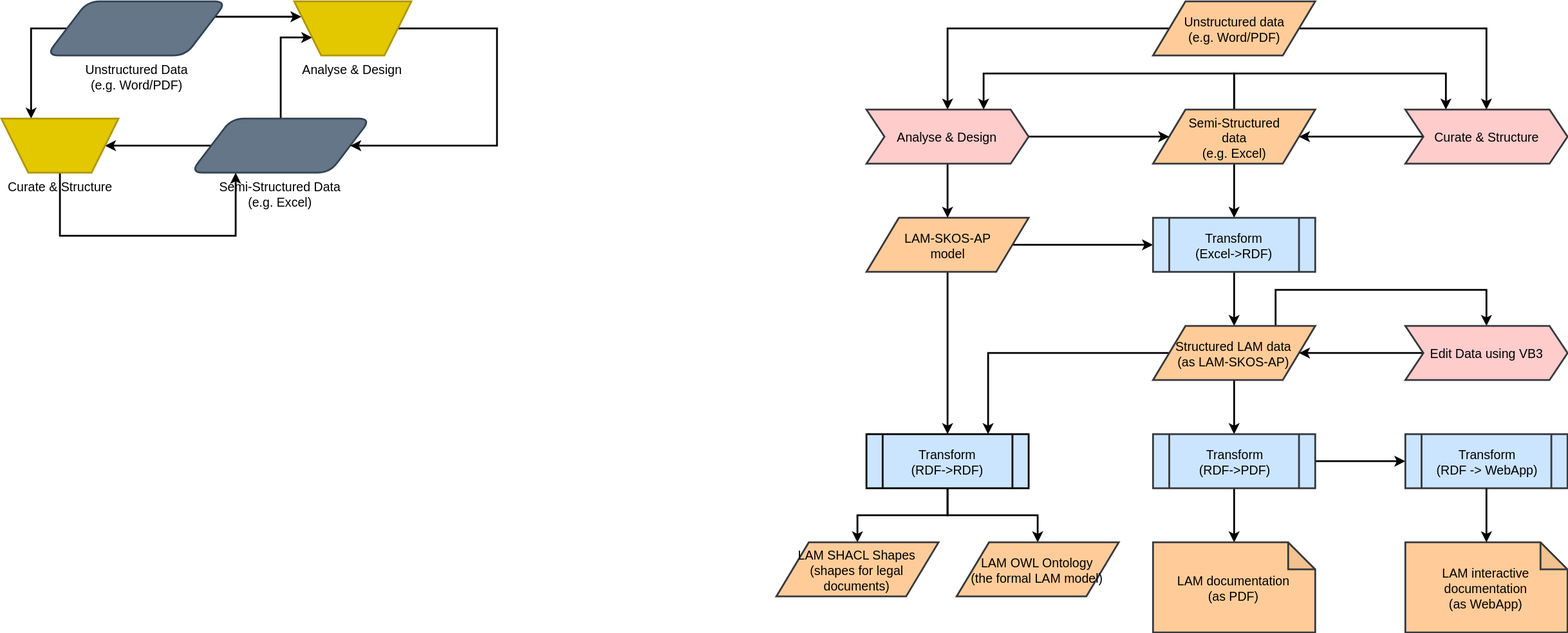
meaningfy-ws/lam4vb3 keeps this draw.io diagram as docs/lam vision.svg. Above is the earlier version. Source tidied: cells renumbered, new cells last; positions are measured from the earlier drawing's top-left corner, leaving out a move shared by most shapes.
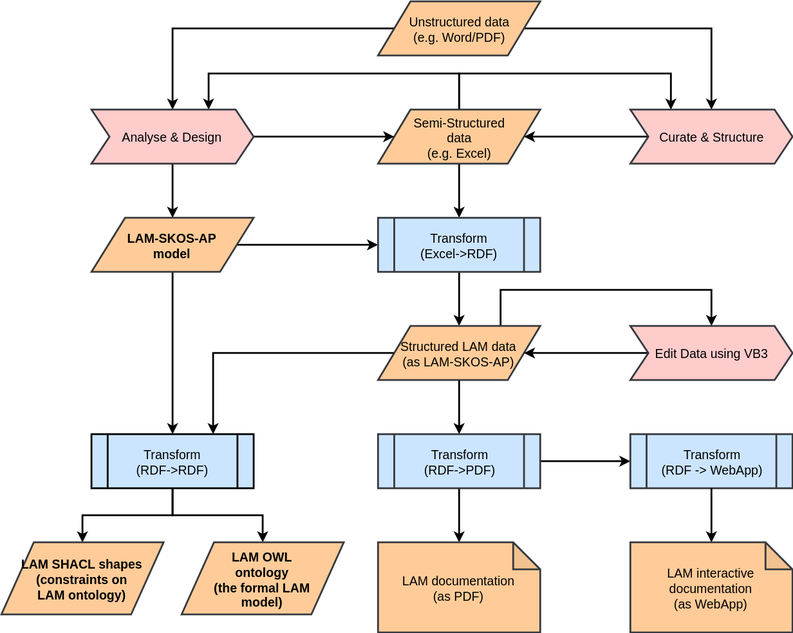
After the commit.

What changed in the source:
```diff
@@ -42,7 +42,7 @@
     <mxCell id="11" style="edgeStyle=orthogonalEdgeStyle;rounded=0;jettySize=auto;html=1;strokeWidth=2;fontColor=#FFFFFF;" parent="1" edge="1" source="12" target="29">
       <mxGeometry relative="1" as="geometry" />
     </mxCell>
-    <mxCell id="12" value="&lt;span style=&quot;font-weight: normal&quot;&gt;LAM-SKOS-AP &lt;br&gt;model&lt;/span&gt;&lt;br&gt;" style="shape=parallelogram;perimeter=parallelogramPerimeter;whiteSpace=wrap;html=1;shadow=0;fontFamily=Helvetica;fontSize=14;align=center;strokeColor=#36393d;strokeWidth=2;fillColor=#ffcc99;" parent="1" vertex="1">
+    <mxCell id="12" value="&lt;span style=&quot;&quot;&gt;LAM-SKOS-AP &lt;br&gt;model&lt;/span&gt;&lt;br&gt;" style="shape=parallelogram;perimeter=parallelogramPerimeter;whiteSpace=wrap;html=1;shadow=0;fontFamily=Helvetica;fontSize=14;align=center;strokeColor=#36393d;strokeWidth=2;fillColor=#ffcc99;fontStyle=1;size=0.2074074074074074;" parent="1" vertex="1">
       <mxGeometry x="960" y="240" width="180" height="60" as="geometry" />
     </mxCell>
     <mxCell id="13" style="edgeStyle=orthogonalEdgeStyle;rounded=0;jettySize=auto;html=1;strokeWidth=2;exitX=1;exitY=0.5;exitDx=0;exitDy=0;fontColor=#FFFFFF;" parent="1" edge="1" source="46" target="5">
@@ -101,11 +101,11 @@
     <mxCell id="29" value="Transform&lt;br&gt;(RDF-&amp;gt;RDF)&lt;br&gt;" style="shape=process;whiteSpace=wrap;html=1;backgroundOutline=1;shadow=0;fontFamily=Helvetica;fontSize=14;align=center;strokeColor=#000000;strokeWidth=2;fillColor=#cce5ff;" parent="1" vertex="1">
       <mxGeometry x="960" y="480" width="180" height="60" as="geometry" />
     </mxCell>
-    <mxCell id="30" value="&lt;span style=&quot;font-weight: normal&quot;&gt;LAM SHACL Shapes&lt;br&gt;(shapes for legal documents)&lt;/span&gt;&lt;br&gt;" style="shape=parallelogram;perimeter=parallelogramPerimeter;whiteSpace=wrap;html=1;shadow=0;fontFamily=Helvetica;fontSize=14;align=center;strokeWidth=2;fillColor=#ffcc99;strokeColor=#36393d;" parent="1" vertex="1">
-      <mxGeometry x="860" y="600" width="180" height="60" as="geometry" />
+    <mxCell id="30" value="&lt;span style=&quot;&quot;&gt;LAM SHACL shapes&lt;br&gt;(constraints on &lt;br&gt;LAM ontology)&lt;/span&gt;&lt;br&gt;" style="shape=parallelogram;perimeter=parallelogramPerimeter;whiteSpace=wrap;html=1;shadow=0;fontFamily=Helvetica;fontSize=14;align=center;strokeWidth=2;fillColor=#ffcc99;strokeColor=#36393d;fontStyle=1;" parent="1" vertex="1">
+      <mxGeometry x="860" y="600" width="180" height="80" as="geometry" />
     </mxCell>
-    <mxCell id="31" value="&lt;span style=&quot;font-weight: normal&quot;&gt;LAM OWL Ontology&lt;br&gt;(the formal LAM model)&lt;/span&gt;&lt;br&gt;" style="shape=parallelogram;perimeter=parallelogramPerimeter;whiteSpace=wrap;html=1;shadow=0;fontFamily=Helvetica;fontSize=14;align=center;strokeWidth=2;fillColor=#ffcc99;strokeColor=#36393d;" parent="1" vertex="1">
-      <mxGeometry x="1060" y="600" width="180" height="60" as="geometry" />
+    <mxCell id="31" value="&lt;span&gt;LAM OWL &lt;br&gt;ontology&lt;br&gt;(the formal LAM &lt;br&gt;model)&lt;/span&gt;&lt;br&gt;" style="shape=parallelogram;perimeter=parallelogramPerimeter;whiteSpace=wrap;html=1;shadow=0;fontFamily=Helvetica;fontSize=14;align=center;strokeWidth=2;fillColor=#ffcc99;strokeColor=#36393d;fontStyle=1;" parent="1" vertex="1">
+      <mxGeometry x="1060" y="600" width="180" height="80" as="geometry" />
     </mxCell>
     <mxCell id="32" value="&lt;font style=&quot;font-size: 14px&quot;&gt;&lt;span&gt;LAM interactive documentation&lt;/span&gt;&lt;br&gt;&lt;span&gt;(as WebApp)&lt;/span&gt;&lt;/font&gt;" style="shape=note;whiteSpace=wrap;html=1;backgroundOutline=1;darkOpacity=0.05;fontFamily=Helvetica;fontSize=12;align=center;strokeColor=#36393d;strokeWidth=2;fillColor=#ffcc99;" parent="1" vertex="1">
       <mxGeometry x="1558" y="600" width="180" height="100" as="geometry" />
@@ -119,53 +119,7 @@
     <mxCell id="35" value="&lt;span&gt;&lt;font&gt;Curate &amp;amp; Structure&lt;/font&gt;&lt;/span&gt;" style="shape=step;perimeter=stepPerimeter;whiteSpace=wrap;html=1;fixedSize=1;fontFamily=Helvetica;fontSize=14;align=center;strokeColor=#36393d;strokeWidth=2;fillColor=#ffcccc;" parent="1" vertex="1">
       <mxGeometry x="1558" y="120" width="180" height="60" as="geometry" />
     </mxCell>
-    <mxCell id="36" style="edgeStyle=elbowEdgeStyle;rounded=0;jettySize=auto;html=1;exitX=1;exitY=0.25;exitDx=0;exitDy=0;entryX=0;entryY=0.25;entryDx=0;entryDy=0;strokeWidth=2;fontSize=14;fontColor=#000000;" parent="1" edge="1" source="38" target="43">
-      <mxGeometry relative="1" as="geometry" />
-    </mxCell>
-    <mxCell id="37" style="edgeStyle=elbowEdgeStyle;rounded=0;jettySize=auto;elbow=vertical;html=1;entryX=0.25;entryY=0;entryDx=0;entryDy=0;strokeWidth=2;fontSize=14;fontColor=#000000;exitX=0;exitY=0.5;exitDx=0;exitDy=0;" parent="1" edge="1" source="38" target="45">
-      <mxGeometry relative="1" as="geometry">
-        <Array as="points">
-          <mxPoint x="50" y="30" />
-        </Array>
-      </mxGeometry>
-    </mxCell>
-    <mxCell id="38" value="&lt;span&gt;Unstructured&amp;nbsp;&lt;/span&gt;&lt;span&gt;Data&lt;/span&gt;&lt;br&gt;&lt;span&gt;(e.g. Word/PDF)&lt;/span&gt;" style="verticalLabelPosition=bottom;verticalAlign=top;html=1;strokeWidth=2;shape=parallelogram;perimeter=parallelogramPerimeter;whiteSpace=wrap;rounded=1;arcSize=27;size=0.22857142857142856;fillColor=#647687;fontSize=14;fontColor=#000000;strokeColor=#314354;" parent="1" vertex="1">
-      <mxGeometry x="50" width="200" height="60" as="geometry" />
-    </mxCell>
-    <mxCell id="39" style="edgeStyle=elbowEdgeStyle;rounded=0;jettySize=auto;html=1;exitX=0.5;exitY=0;exitDx=0;exitDy=0;entryX=0;entryY=0.75;entryDx=0;entryDy=0;strokeWidth=2;fontSize=14;fontColor=#000000;elbow=vertical;" parent="1" edge="1" source="41" target="43">
-      <mxGeometry relative="1" as="geometry">
-        <Array as="points">
-          <mxPoint x="330" y="40" />
-        </Array>
-      </mxGeometry>
-    </mxCell>
-    <mxCell id="40" style="edgeStyle=elbowEdgeStyle;rounded=0;jettySize=auto;elbow=vertical;html=1;entryX=1;entryY=0.5;entryDx=0;entryDy=0;strokeWidth=2;fontSize=14;fontColor=#000000;" parent="1" edge="1" source="41" target="45">
-      <mxGeometry relative="1" as="geometry" />
-    </mxCell>
-    <mxCell id="41" value="&lt;span&gt;Semi-Structured&amp;nbsp;&lt;/span&gt;&lt;span&gt;Data&lt;/span&gt;&lt;br&gt;&lt;span&gt;(e.g. Excel)&lt;/span&gt;&lt;br&gt;" style="verticalLabelPosition=bottom;verticalAlign=top;html=1;strokeWidth=2;shape=parallelogram;perimeter=parallelogramPerimeter;whiteSpace=wrap;rounded=1;arcSize=27;size=0.22857142857142856;fillColor=#647687;fontSize=14;fontColor=#000000;strokeColor=#314354;" parent="1" vertex="1">
-      <mxGeometry x="210" y="130" width="200" height="60" as="geometry" />
-    </mxCell>
-    <mxCell id="42" style="edgeStyle=elbowEdgeStyle;rounded=0;jettySize=auto;html=1;strokeWidth=2;fontSize=14;fontColor=#000000;exitX=1;exitY=0.5;exitDx=0;exitDy=0;" parent="1" edge="1" source="43" target="41">
-      <mxGeometry relative="1" as="geometry">
-        <Array as="points">
-          <mxPoint x="550" y="110" />
-        </Array>
-      </mxGeometry>
-    </mxCell>
-    <mxCell id="43" value="Analyse &amp;amp; Design&lt;br&gt;" style="verticalLabelPosition=bottom;verticalAlign=top;html=1;strokeWidth=2;shape=trapezoid;perimeter=trapezoidPerimeter;whiteSpace=wrap;size=0.23;arcSize=10;flipV=1;fillColor=#e3c800;fontSize=14;fontColor=#000000;strokeColor=#B09500;fontStyle=0;" parent="1" vertex="1">
-      <mxGeometry x="325" width="130" height="60" as="geometry" />
-    </mxCell>
-    <mxCell id="44" style="edgeStyle=elbowEdgeStyle;rounded=0;jettySize=auto;html=1;strokeWidth=2;fontSize=14;fontColor=#000000;elbow=vertical;entryX=0.25;entryY=1;entryDx=0;entryDy=0;exitX=0.5;exitY=1;exitDx=0;exitDy=0;" parent="1" edge="1" source="45" target="41">
-      <mxGeometry relative="1" as="geometry">
-        <Array as="points">
-          <mxPoint x="170" y="260" />
-        </Array>
-      </mxGeometry>
-    </mxCell>
-    <mxCell id="45" value="&lt;span&gt;&lt;font color=&quot;#000000&quot;&gt;Curate &amp;amp; Structure&lt;/font&gt;&lt;/span&gt;" style="verticalLabelPosition=bottom;verticalAlign=top;html=1;strokeWidth=2;shape=trapezoid;perimeter=trapezoidPerimeter;whiteSpace=wrap;size=0.23;arcSize=10;flipV=1;fillColor=#e3c800;fontSize=14;fontColor=#ffffff;strokeColor=#B09500;" parent="1" vertex="1">
-      <mxGeometry y="130" width="130" height="60" as="geometry" />
-    </mxCell>
-    <mxCell id="46" value="Analyse &amp;amp; Design&lt;br&gt;" style="shape=step;perimeter=stepPerimeter;whiteSpace=wrap;html=1;fixedSize=1;fontFamily=Helvetica;fontSize=14;align=center;strokeColor=#36393d;strokeWidth=2;fillColor=#ffcccc;" parent="1" vertex="1">
+    <mxCell id="46" value="Analyse &amp;amp; Design&lt;br&gt;" style="shape=step;perimeter=stepPerimeter;whiteSpace=wrap;html=1;fixedSize=1;fontFamily=Helvetica;fontSize=14;align=center;strokeColor=#36393d;strokeWidth=2;fillColor=#ffcccc;gradientColor=none;" parent="1" vertex="1">
       <mxGeometry x="960" y="120" width="180" height="60" as="geometry" />
     </mxCell>
   </root>
```
